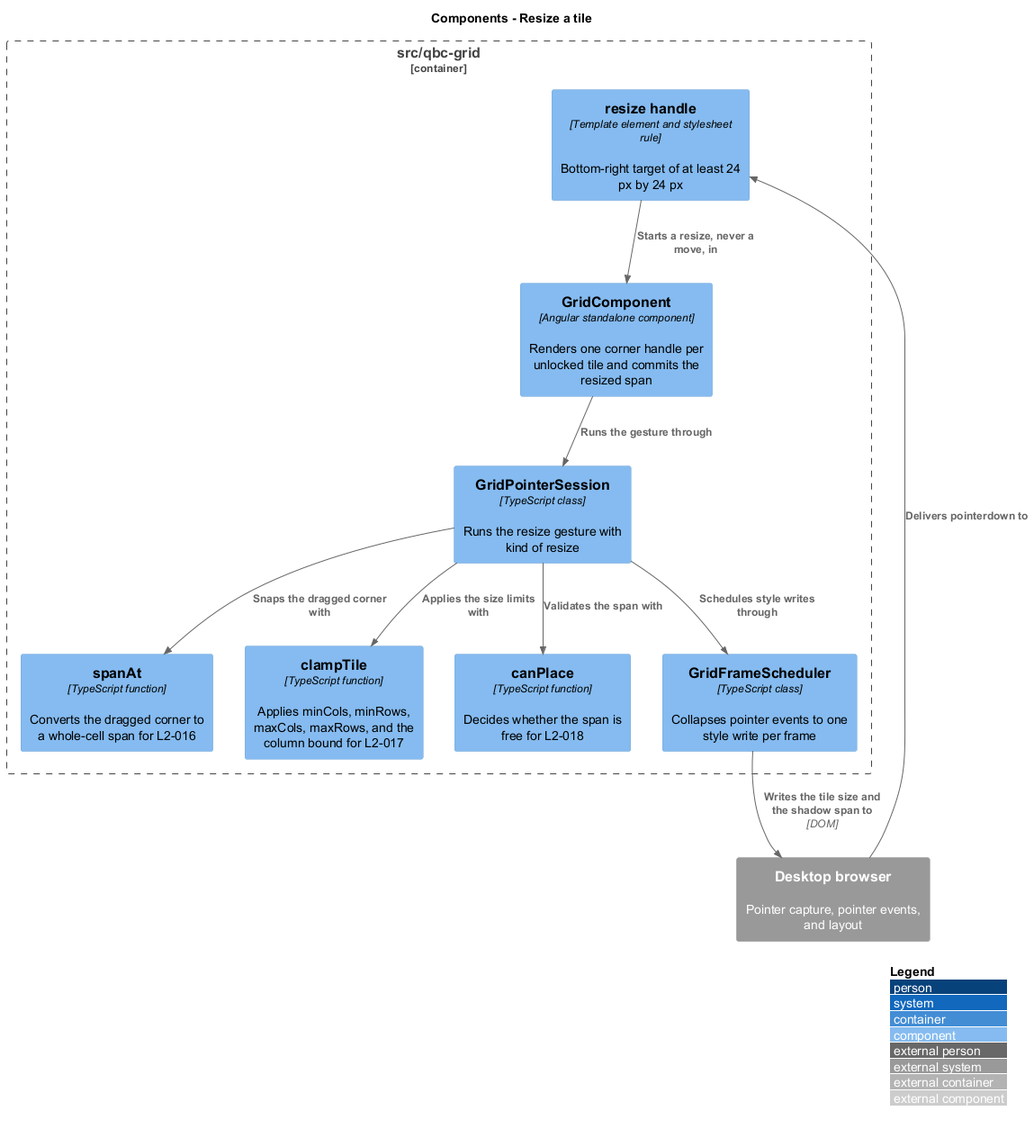
Earlier version of the PlantUML export docs/detailed-designs/tile-interaction/resize-a-tile/diagrams/c4-component.png (QuinntyneBrown/qbc-grid).
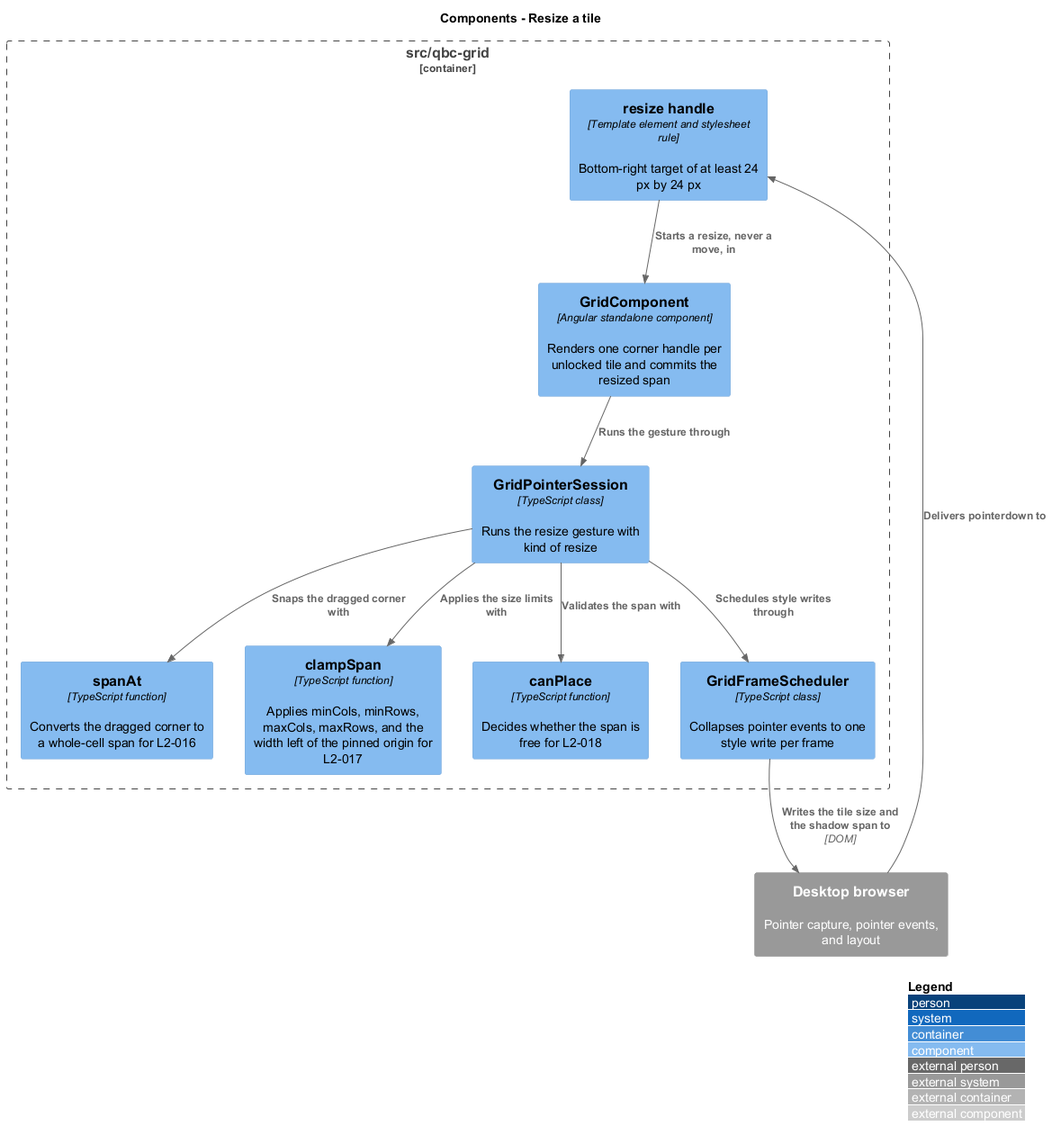
Later version of the same file.

What changed in the source:
```diff
@@ -8,7 +8,7 @@
   Component(handle, "resize handle", "Template element and stylesheet rule", "Bottom-right target of at least 24 px by 24 px")
   Component(session, "GridPointerSession", "TypeScript class", "Runs the resize gesture with kind of resize")
   Component(spanat, "spanAt", "TypeScript function", "Converts the dragged corner to a whole-cell span for L2-016")
-  Component(clamp, "clampTile", "TypeScript function", "Applies minCols, minRows, maxCols, maxRows, and the column bound for L2-017")
+  Component(clamp, "clampSpan", "TypeScript function", "Applies minCols, minRows, maxCols, maxRows, and the width left of the pinned origin for L2-017")
   Component(canplace, "canPlace", "TypeScript function", "Decides whether the span is free for L2-018")
   Component(scheduler, "GridFrameScheduler", "TypeScript class", "Collapses pointer events to one style write per frame")
 }
```
